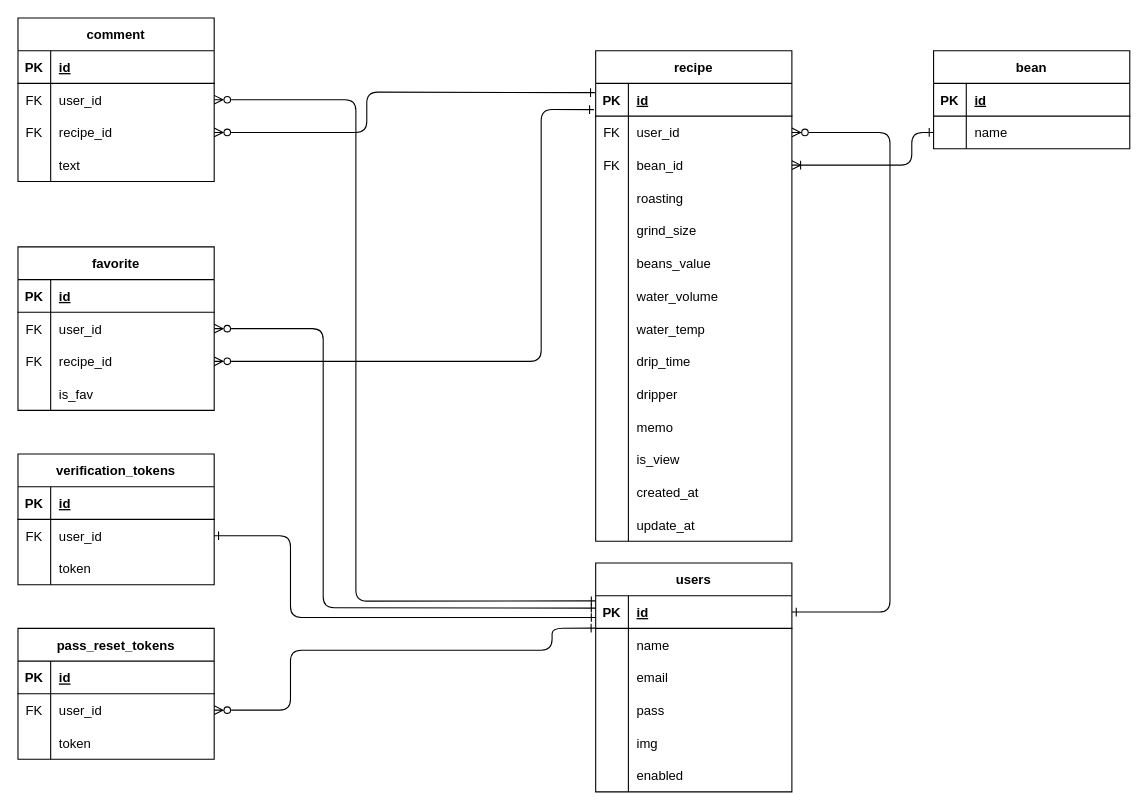
Before: ER.dio in sasa-0823/my_coffee, a draw.io diagram. Source tidied: cells renumbered, new cells numbered last; positions are measured from the earlier drawing's top-left corner, leaving out a move shared by most shapes. Both pictures are drawn from the tidied source at 109%, with x=0, y=0 at pixel (17, 17).
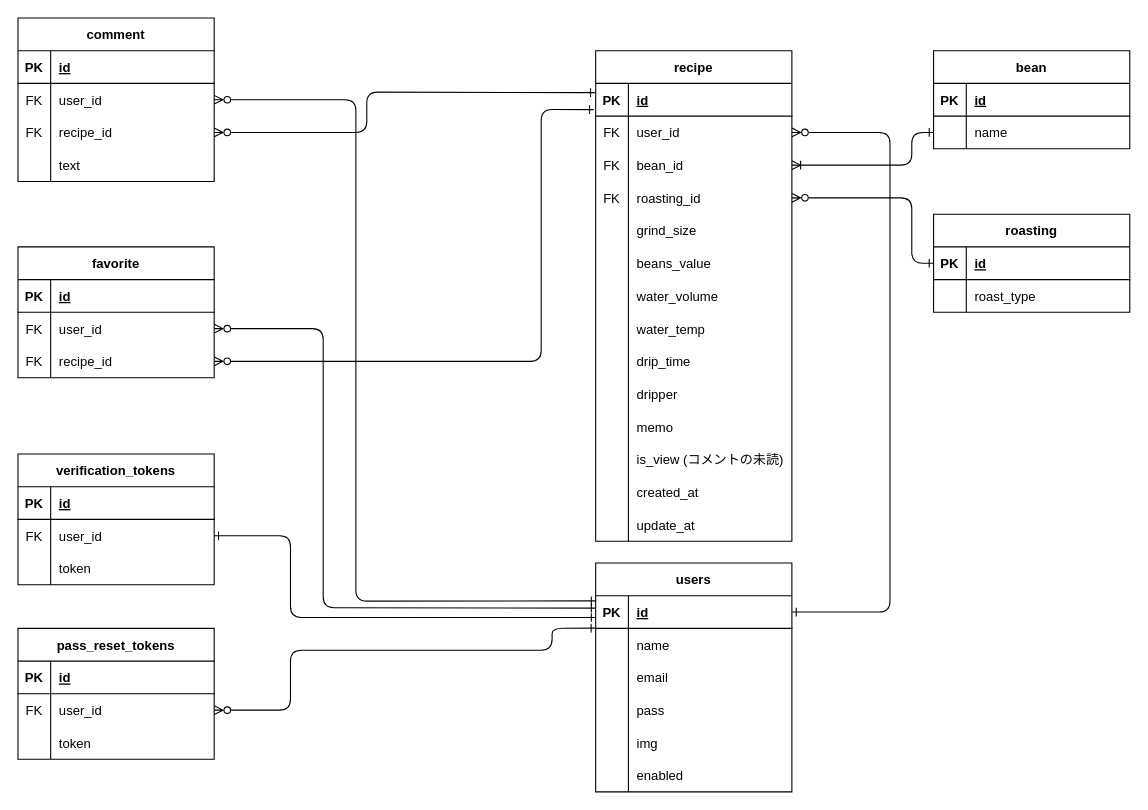
After the change.

Unchanged cells that the change refers to:
```xml
<mxCell id="12" style="shape=tableRow;horizontal=0;startSize=0;swimlaneHead=0;swimlaneBody=0;fillColor=none;points=[[0,0.5],[1,0.5]];portConstraint=eastwest;top=0;left=0;right=0;bottom=0;" parent="2" vertex="1">
  <mxGeometry y="120" width="180" height="30" as="geometry" />
</mxCell>
<mxCell id="36" style="shape=tableRow;horizontal=0;startSize=0;swimlaneHead=0;swimlaneBody=0;fillColor=none;top=0;left=0;right=0;bottom=0;" parent="2" vertex="1">
  <mxGeometry y="360" width="180" height="30" as="geometry" />
</mxCell>
```

Change to the diagram source:
```diff
@@
-    <mxCell id="13" style="shape=partialRectangle;fillColor=none;top=0;left=0;bottom=0;right=0;overflow=hidden;" parent="12" vertex="1">
+    <mxCell id="13" value="FK" style="shape=partialRectangle;fillColor=none;top=0;left=0;bottom=0;right=0;overflow=hidden;" parent="12" vertex="1">
       <mxGeometry width="30" height="30" as="geometry" />
     </mxCell>
-    <mxCell id="14" value="roasting" style="shape=partialRectangle;fillColor=none;top=0;left=0;bottom=0;right=0;align=left;spacingLeft=6;overflow=hidden;" parent="12" vertex="1">
+    <mxCell id="14" value="roasting_id" style="shape=partialRectangle;fillColor=none;top=0;left=0;bottom=0;right=0;align=left;spacingLeft=6;overflow=hidden;" parent="12" vertex="1">
       <mxGeometry x="30" width="150" height="30" as="geometry" />
     </mxCell>
@@
-    <mxCell id="38" value="is_view" style="shape=partialRectangle;fillColor=none;top=0;left=0;bottom=0;right=0;align=left;spacingLeft=6;overflow=hidden;" parent="36" vertex="1">
+    <mxCell id="38" value="is_view (コメントの未読)" style="shape=partialRectangle;fillColor=none;top=0;left=0;bottom=0;right=0;align=left;spacingLeft=6;overflow=hidden;" parent="36" vertex="1">
       <mxGeometry x="30" width="150" height="30" as="geometry" />
     </mxCell>
@@
     <mxCell id="85" value="favorite" style="shape=table;startSize=30;childLayout=tableLayout;rowLines=0;fontStyle=1;align=center;" parent="1" vertex="1">
-      <mxGeometry y="210" width="180" height="150" as="geometry" />
+      <mxGeometry y="210" width="180" height="120" as="geometry" />
     </mxCell>
@@
-    <mxCell id="95" style="shape=tableRow;horizontal=0;startSize=0;swimlaneHead=0;swimlaneBody=0;fillColor=none;top=0;left=0;right=0;bottom=0;" parent="85" vertex="1">
-      <mxGeometry y="120" width="180" height="30" as="geometry" />
-    </mxCell>
-    <mxCell id="96" style="shape=partialRectangle;fillColor=none;top=0;left=0;bottom=0;right=0;overflow=hidden;" parent="95" vertex="1">
-      <mxGeometry width="30" height="30" as="geometry" />
-    </mxCell>
-    <mxCell id="97" value="is_fav" style="shape=partialRectangle;fillColor=none;top=0;left=0;bottom=0;right=0;align=left;spacingLeft=6;overflow=hidden;" parent="95" vertex="1">
-      <mxGeometry x="30" width="150" height="30" as="geometry" />
-    </mxCell>
@@
+    <mxCell id="125" value="roasting" style="shape=table;startSize=30;childLayout=tableLayout;rowLines=0;fontStyle=1;align=center;" parent="1" vertex="1">
+      <mxGeometry x="840" y="180" width="180" height="90" as="geometry" />
+    </mxCell>
+    <mxCell id="126" style="shape=tableRow;horizontal=0;startSize=0;swimlaneHead=0;swimlaneBody=0;fillColor=none;points=[[0,0.5],[1,0.5]];portConstraint=eastwest;top=0;left=0;right=0;bottom=1;" parent="125" vertex="1">
+      <mxGeometry y="30" width="180" height="30" as="geometry" />
+    </mxCell>
+    <mxCell id="127" value="PK" style="shape=partialRectangle;fillColor=none;top=0;left=0;bottom=0;right=0;fontStyle=1;overflow=hidden;" parent="126" vertex="1">
+      <mxGeometry width="30" height="30" as="geometry" />
+    </mxCell>
+    <mxCell id="128" value="id" style="shape=partialRectangle;fillColor=none;top=0;left=0;bottom=0;right=0;align=left;spacingLeft=6;fontStyle=5;overflow=hidden;" parent="126" vertex="1">
+      <mxGeometry x="30" width="150" height="30" as="geometry" />
+    </mxCell>
+    <mxCell id="129" style="shape=tableRow;horizontal=0;startSize=0;swimlaneHead=0;swimlaneBody=0;fillColor=none;top=0;left=0;right=0;bottom=0;" parent="125" vertex="1">
+      <mxGeometry y="60" width="180" height="30" as="geometry" />
+    </mxCell>
+    <mxCell id="96" style="shape=partialRectangle;fillColor=none;top=0;left=0;bottom=0;right=0;overflow=hidden;" parent="129" vertex="1">
+      <mxGeometry width="30" height="30" as="geometry" />
+    </mxCell>
+    <mxCell id="130" value="roast_type" style="shape=partialRectangle;fillColor=none;top=0;left=0;bottom=0;right=0;align=left;spacingLeft=6;overflow=hidden;" parent="129" vertex="1">
+      <mxGeometry x="30" width="150" height="30" as="geometry" />
+    </mxCell>
+    <mxCell id="131" style="edgeStyle=none;html=1;entryX=1;entryY=0.5;entryDx=0;entryDy=0;exitX=0;exitY=0.5;exitDx=0;exitDy=0;endArrow=ERzeroToMany;endFill=0;startArrow=ERone;startFill=0;" parent="1" edge="1" source="126" target="12">
+      <mxGeometry relative="1" as="geometry">
+        <Array as="points">
+          <mxPoint x="820" y="225" />
+          <mxPoint x="820" y="165" />
+        </Array>
+      </mxGeometry>
+    </mxCell>
```
